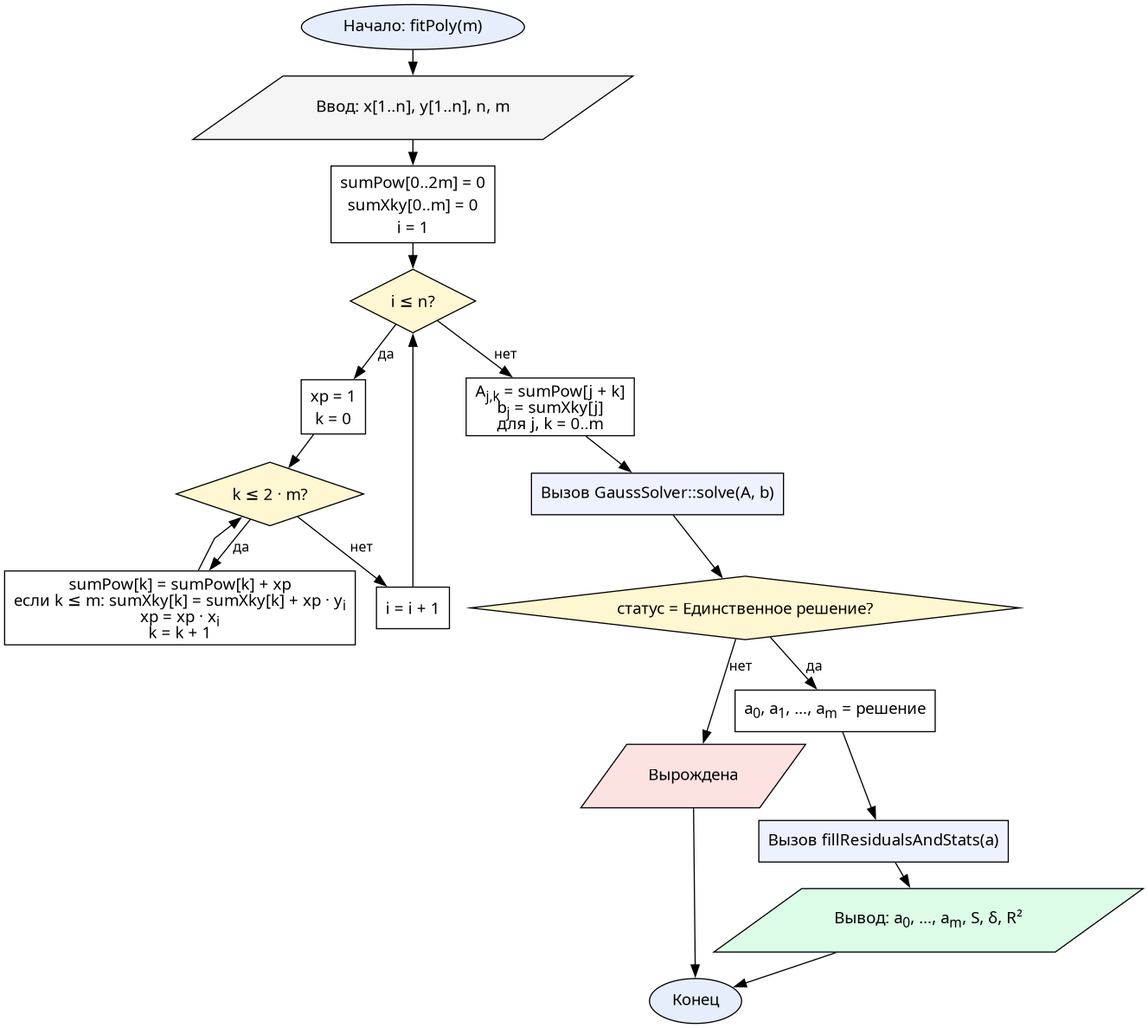
Oriptal/calc-math-lab2 keeps this Graphviz diagram as reports/resources/flowcharts/ls_poly.png. Above is the earlier version. Its source is kept beside it as reports/resources/flowcharts/ls_poly.dot. Source of this version:
```dot
digraph LSPoly {
  graph [fontname="CMU Serif", rankdir=TB, nodesep=0.25, ranksep=0.3, splines=polyline]
  node  [fontname="CMU Serif", fontsize=14, style="filled", fillcolor="#ffffff", color="#000000"]
  edge  [fontname="CMU Serif", fontsize=12, color="#000000"]

  start  [label="Начало: fitPoly(m)", shape=oval, fillcolor="#e6eefc"]
  input  [label="Ввод: x[1..n], y[1..n], n, m", shape=parallelogram, fillcolor="#f5f5f5"]
  zero1  [label=<sumPow[0..2m] = 0<BR/>sumXky[0..m] = 0<BR/>i = 1>, shape=box]
  loop1  [label=<i ≤ n?>, shape=diamond, fillcolor="#fff7d1"]
  init2  [label=<xp = 1<BR/>k = 0>, shape=box]
  loop2  [label=<k ≤ 2 · m?>, shape=diamond, fillcolor="#fff7d1"]
  acc    [label=<sumPow[k] = sumPow[k] + xp<BR/>если k ≤ m: sumXky[k] = sumXky[k] + xp · y<SUB>i</SUB><BR/>xp = xp · x<SUB>i</SUB><BR/>k = k + 1>, shape=box]
  next1  [label=<i = i + 1>, shape=box]
  build  [label=<A<SUB>j,k</SUB> = sumPow[j + k]<BR/>b<SUB>j</SUB> = sumXky[j]<BR/>для j, k = 0..m>, shape=box]
  gauss  [label="Вызов GaussSolver::solve(A, b)", shape=box, fillcolor="#eef2ff"]
  check  [label=<статус = Единственное решение?>, shape=diamond, fillcolor="#fff7d1"]
  degen  [label="Вырождена", shape=parallelogram, fillcolor="#fde2e2"]
  setc   [label=<a<SUB>0</SUB>, a<SUB>1</SUB>, …, a<SUB>m</SUB> = решение>, shape=box]
  stats  [label="Вызов fillResidualsAndStats(a)", shape=box, fillcolor="#eef2ff"]
  output [label=<Вывод: a<SUB>0</SUB>, …, a<SUB>m</SUB>, S, δ, R²>, shape=parallelogram, fillcolor="#dcfce7"]
  stop   [label="Конец", shape=oval, fillcolor="#e6eefc"]

  start -> input -> zero1 -> loop1
  loop1 -> init2 [label="да"]
  init2 -> loop2
  loop2 -> acc [label="да"]
  acc -> loop2
  loop2 -> next1 [label="нет"]
  next1 -> loop1
  loop1 -> build [label="нет"]
  build -> gauss -> check
  check -> degen [label="нет"]
  degen -> stop
  check -> setc [label="да"]
  setc -> stats -> output -> stop
}
```
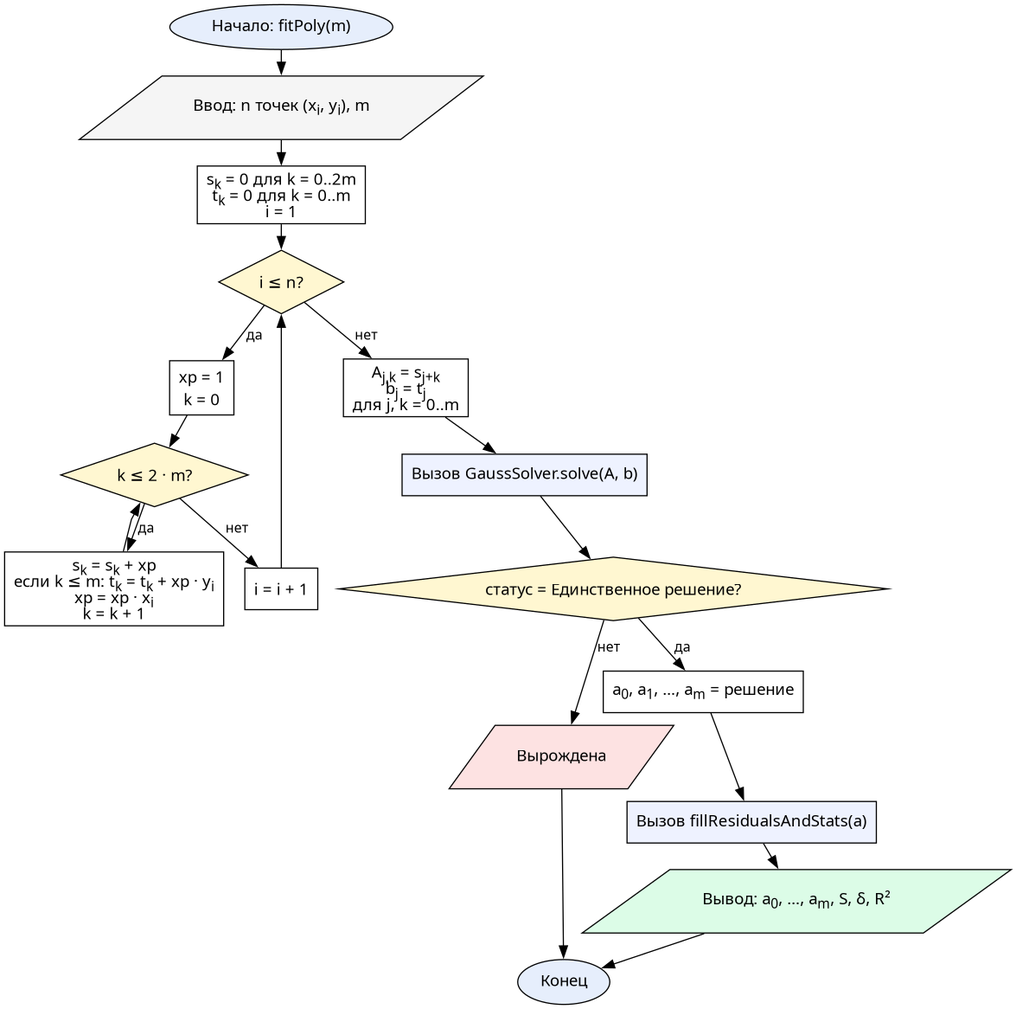
After the change.

The edit, as a diff of the source:
```diff
@@ -4,15 +4,15 @@
   edge  [fontname="CMU Serif", fontsize=12, color="#000000"]
 
   start  [label="Начало: fitPoly(m)", shape=oval, fillcolor="#e6eefc"]
-  input  [label="Ввод: x[1..n], y[1..n], n, m", shape=parallelogram, fillcolor="#f5f5f5"]
-  zero1  [label=<sumPow[0..2m] = 0<BR/>sumXky[0..m] = 0<BR/>i = 1>, shape=box]
+  input  [label=<Ввод: n точек (x<SUB>i</SUB>, y<SUB>i</SUB>), m>, shape=parallelogram, fillcolor="#f5f5f5"]
+  zero1  [label=<s<SUB>k</SUB> = 0 для k = 0..2m<BR/>t<SUB>k</SUB> = 0 для k = 0..m<BR/>i = 1>, shape=box]
   loop1  [label=<i ≤ n?>, shape=diamond, fillcolor="#fff7d1"]
   init2  [label=<xp = 1<BR/>k = 0>, shape=box]
   loop2  [label=<k ≤ 2 · m?>, shape=diamond, fillcolor="#fff7d1"]
-  acc    [label=<sumPow[k] = sumPow[k] + xp<BR/>если k ≤ m: sumXky[k] = sumXky[k] + xp · y<SUB>i</SUB><BR/>xp = xp · x<SUB>i</SUB><BR/>k = k + 1>, shape=box]
+  acc    [label=<s<SUB>k</SUB> = s<SUB>k</SUB> + xp<BR/>если k ≤ m: t<SUB>k</SUB> = t<SUB>k</SUB> + xp · y<SUB>i</SUB><BR/>xp = xp · x<SUB>i</SUB><BR/>k = k + 1>, shape=box]
   next1  [label=<i = i + 1>, shape=box]
-  build  [label=<A<SUB>j,k</SUB> = sumPow[j + k]<BR/>b<SUB>j</SUB> = sumXky[j]<BR/>для j, k = 0..m>, shape=box]
-  gauss  [label="Вызов GaussSolver::solve(A, b)", shape=box, fillcolor="#eef2ff"]
+  build  [label=<A<SUB>j,k</SUB> = s<SUB>j+k</SUB><BR/>b<SUB>j</SUB> = t<SUB>j</SUB><BR/>для j, k = 0..m>, shape=box]
+  gauss  [label="Вызов GaussSolver.solve(A, b)", shape=box, fillcolor="#eef2ff"]
   check  [label=<статус = Единственное решение?>, shape=diamond, fillcolor="#fff7d1"]
   degen  [label="Вырождена", shape=parallelogram, fillcolor="#fde2e2"]
   setc   [label=<a<SUB>0</SUB>, a<SUB>1</SUB>, …, a<SUB>m</SUB> = решение>, shape=box]
```
